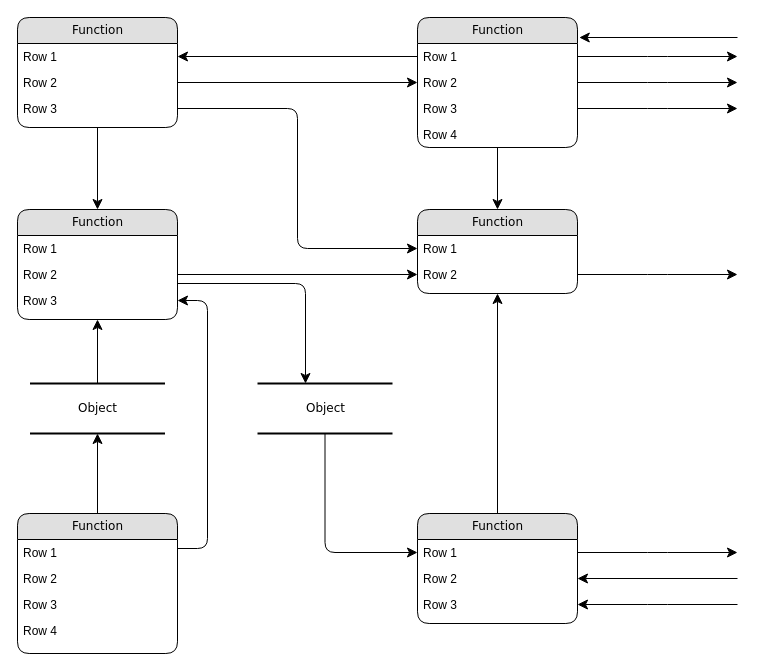
Earlier version of the draw.io diagram Diagrama sem nome.drawio (Joao-Pedro-Araujo/dev). Source tidied: cells renumbered, new cells numbered last; positions are measured from the earlier drawing's top-left corner, leaving out a move shared by most shapes. Both pictures are drawn from the tidied source at 100%, with x=0, y=0 at pixel (17, 17).
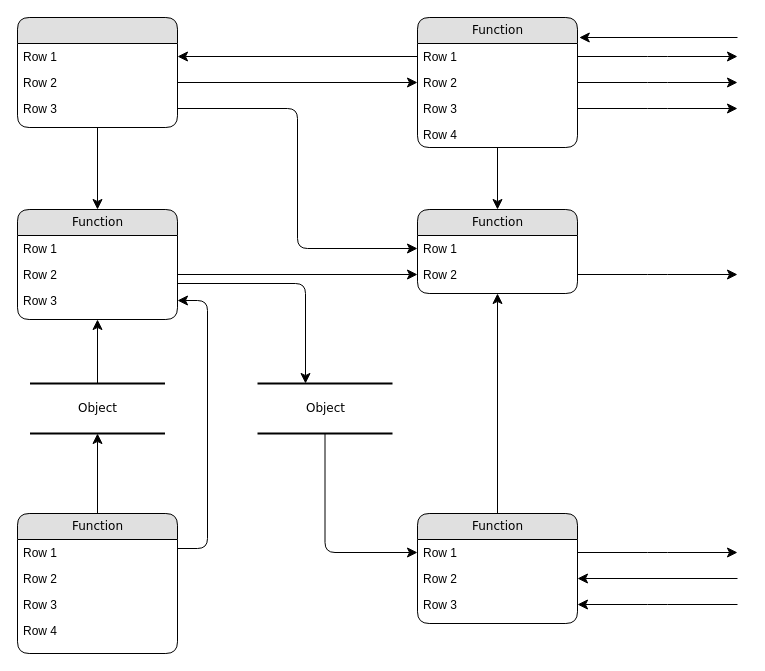
The same diagram, later.

Change to the diagram source:
```diff
@@
-    <mxCell id="3" value="Function" style="swimlane;html=1;fontStyle=0;horizontal=1;startSize=26;fillColor=#e0e0e0;swimlaneFillColor=#ffffff;align=center;rounded=1;shadow=0;comic=0;labelBackgroundColor=none;strokeWidth=1;fontFamily=Verdana;fontSize=12;" parent="1" vertex="1">
+    <mxCell id="3" style="swimlane;html=1;fontStyle=0;horizontal=1;startSize=26;fillColor=#e0e0e0;swimlaneFillColor=#ffffff;align=center;rounded=1;shadow=0;comic=0;labelBackgroundColor=none;strokeWidth=1;fontFamily=Verdana;fontSize=12;" parent="1" vertex="1">
       <mxGeometry width="160" height="110" as="geometry" />
     </mxCell>
```
